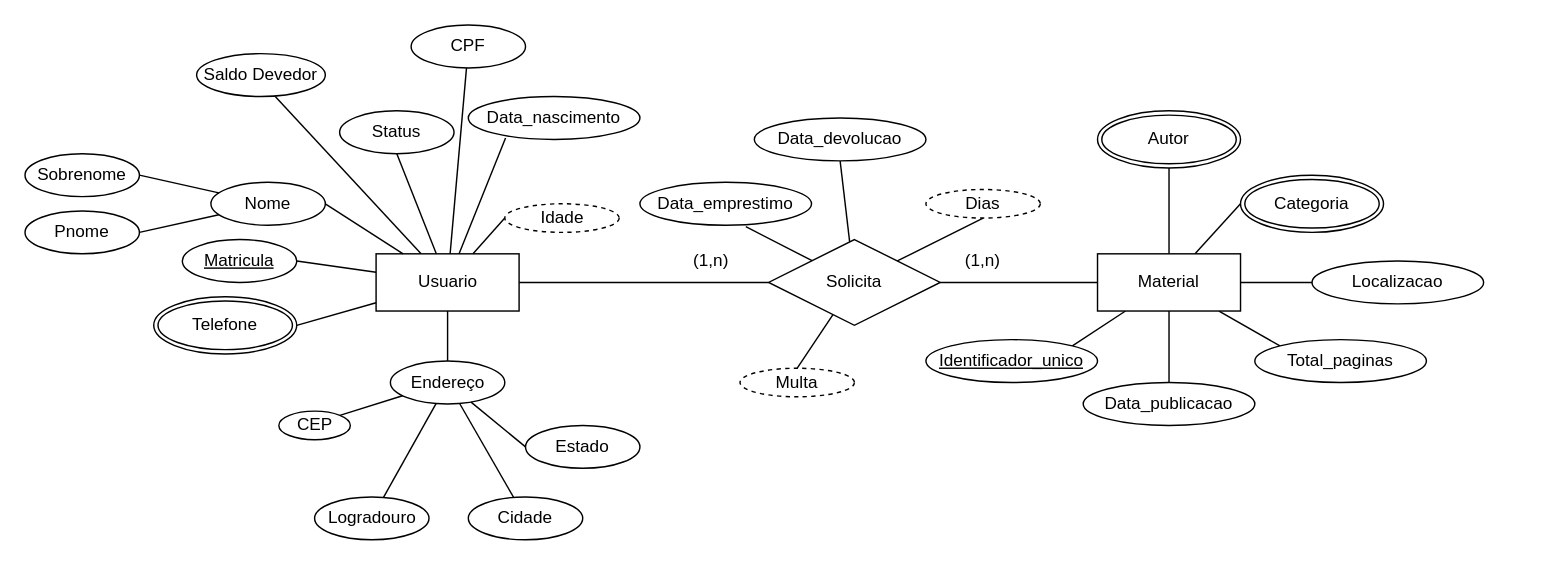
Above: DER_Biblioteca.drawio in robsonsan/DER_biblioteca (draw.io), before the change. Source tidied: cells renumbered, new cells numbered last; positions are measured from the earlier drawing's top-left corner, leaving out a move shared by most shapes. Both pictures are drawn from the tidied source at 143%, with x=0, y=0 at pixel (24, 24).
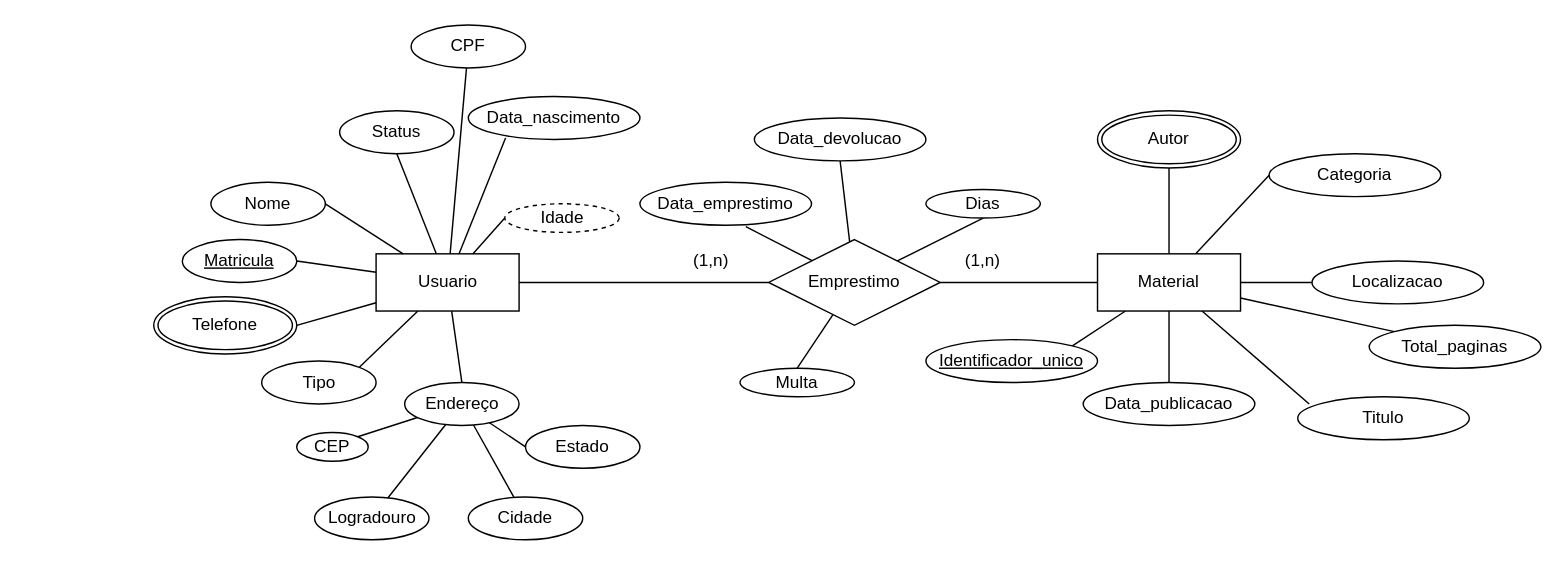
The same diagram, later.

Commit message:
Fazendo as correções que a professora pediu

The change refers to these unchanged cells:
```xml
<mxCell id="19" value="Usuario" style="whiteSpace=wrap;html=1;align=center;" parent="1" vertex="1">
  <mxGeometry x="245.5" y="160" width="100" height="40" as="geometry" />
</mxCell>
<mxCell id="20" value="Nome" style="ellipse;whiteSpace=wrap;html=1;fontStyle=0;" parent="1" vertex="1">
  <mxGeometry x="130" y="110" width="80" height="30" as="geometry" />
</mxCell>
<mxCell id="48" value="Material" style="whiteSpace=wrap;html=1;align=center;" parent="1" vertex="1">
  <mxGeometry x="750" y="160" width="100" height="40" as="geometry" />
</mxCell>
```

What changed in the source:
```diff
@@
-    <mxCell id="7" value="Solicita" style="shape=rhombus;perimeter=rhombusPerimeter;whiteSpace=wrap;html=1;align=center;fontSize=12;" parent="1" vertex="1">
+    <mxCell id="7" value="Emprestimo" style="shape=rhombus;perimeter=rhombusPerimeter;whiteSpace=wrap;html=1;align=center;fontSize=12;" parent="1" vertex="1">
       <mxGeometry x="520" y="150" width="120" height="60" as="geometry" />
     </mxCell>
@@
-    <mxCell id="10" value="Dias" style="ellipse;whiteSpace=wrap;html=1;align=center;dashed=1;fontSize=12;" parent="1" vertex="1">
+    <mxCell id="10" value="Dias" style="ellipse;whiteSpace=wrap;html=1;align=center;fontSize=12;" parent="1" vertex="1">
       <mxGeometry x="630" y="115" width="80" height="20" as="geometry" />
     </mxCell>
-    <mxCell id="11" value="Multa" style="ellipse;whiteSpace=wrap;html=1;align=center;dashed=1;fontSize=12;" parent="1" vertex="1">
+    <mxCell id="11" value="Multa" style="ellipse;whiteSpace=wrap;html=1;align=center;fontSize=12;" parent="1" vertex="1">
       <mxGeometry x="500" y="240" width="80" height="20" as="geometry" />
     </mxCell>
@@
-    <mxCell id="17" style="edgeStyle=none;rounded=0;jettySize=auto;html=1;entryX=0.611;entryY=1;entryDx=0;entryDy=0;entryPerimeter=0;endArrow=none;endFill=0;" parent="1" edge="1" source="19" target="56">
-      <mxGeometry relative="1" as="geometry" />
-    </mxCell>
@@
+    <mxCell id="59" style="edgeStyle=none;rounded=0;jettySize=auto;html=1;entryX=1;entryY=0;entryDx=0;entryDy=0;endArrow=none;endFill=0;" parent="1" edge="1" source="19" target="62">
+      <mxGeometry relative="1" as="geometry" />
+    </mxCell>
@@
-    <mxCell id="22" value="Pnome" style="ellipse;whiteSpace=wrap;html=1;fontStyle=0;" parent="1" vertex="1">
-      <mxGeometry y="130" width="80" height="30" as="geometry" />
-    </mxCell>
-    <mxCell id="23" style="edgeStyle=none;rounded=1;sketch=0;jumpStyle=none;jettySize=auto;html=1;entryX=1;entryY=0.5;entryDx=0;entryDy=0;fontSize=12;startArrow=none;startFill=0;endArrow=none;endFill=0;strokeColor=default;" parent="1" edge="1" source="20" target="22">
-      <mxGeometry relative="1" as="geometry" />
-    </mxCell>
-    <mxCell id="24" value="Sobrenome" style="ellipse;whiteSpace=wrap;html=1;fontStyle=0;" parent="1" vertex="1">
-      <mxGeometry y="90" width="80" height="30" as="geometry" />
-    </mxCell>
-    <mxCell id="25" style="edgeStyle=none;rounded=1;sketch=0;jumpStyle=none;jettySize=auto;html=1;entryX=1;entryY=0.5;entryDx=0;entryDy=0;fontSize=12;startArrow=none;startFill=0;endArrow=none;endFill=0;strokeColor=default;" parent="1" edge="1" source="20" target="24">
-      <mxGeometry relative="1" as="geometry" />
-    </mxCell>
@@
     <mxCell id="29" value="Endereço" style="ellipse;whiteSpace=wrap;html=1;fontStyle=0;" parent="1" vertex="1">
-      <mxGeometry x="255.5" y="235" width="80" height="30" as="geometry" />
+      <mxGeometry x="265.5" y="250" width="80" height="30" as="geometry" />
     </mxCell>
@@
     <mxCell id="32" value="CEP" style="ellipse;whiteSpace=wrap;html=1;fontStyle=0;" parent="1" vertex="1">
-      <mxGeometry x="177.5" y="270" width="50" height="20" as="geometry" />
+      <mxGeometry x="190" y="285" width="50" height="20" as="geometry" />
     </mxCell>
@@
+    <mxCell id="60" style="rounded=0;jettySize=auto;html=1;entryX=0.067;entryY=0.167;entryDx=0;entryDy=0;entryPerimeter=0;endArrow=none;endFill=0;" parent="1" edge="1" source="48" target="61">
+      <mxGeometry relative="1" as="geometry" />
+    </mxCell>
@@
-    <mxCell id="52" value="Categoria" style="ellipse;shape=doubleEllipse;margin=3;whiteSpace=wrap;html=1;align=center;fontSize=12;" parent="1" vertex="1">
-      <mxGeometry x="850" y="105" width="100" height="40" as="geometry" />
-    </mxCell>
@@
     <mxCell id="54" value="Total_paginas" style="ellipse;whiteSpace=wrap;html=1;" parent="1" vertex="1">
-      <mxGeometry x="860" y="220" width="120" height="30" as="geometry" />
+      <mxGeometry x="940" y="210" width="120" height="30" as="geometry" />
     </mxCell>
@@
-    <mxCell id="56" value="Saldo Devedor" style="ellipse;whiteSpace=wrap;html=1;fontStyle=0;" parent="1" vertex="1">
-      <mxGeometry x="120" y="20" width="90" height="30" as="geometry" />
-    </mxCell>
@@
+    <mxCell id="61" value="Titulo" style="ellipse;whiteSpace=wrap;html=1;" parent="1" vertex="1">
+      <mxGeometry x="890" y="260" width="120" height="30" as="geometry" />
+    </mxCell>
+    <mxCell id="62" value="Tipo" style="ellipse;whiteSpace=wrap;html=1;fontStyle=0;" parent="1" vertex="1">
+      <mxGeometry x="165.5" y="235" width="80" height="30" as="geometry" />
+    </mxCell>
+    <mxCell id="52" value="Categoria" style="ellipse;whiteSpace=wrap;html=1;" parent="1" vertex="1">
+      <mxGeometry x="870" y="90" width="120" height="30" as="geometry" />
+    </mxCell>
```
